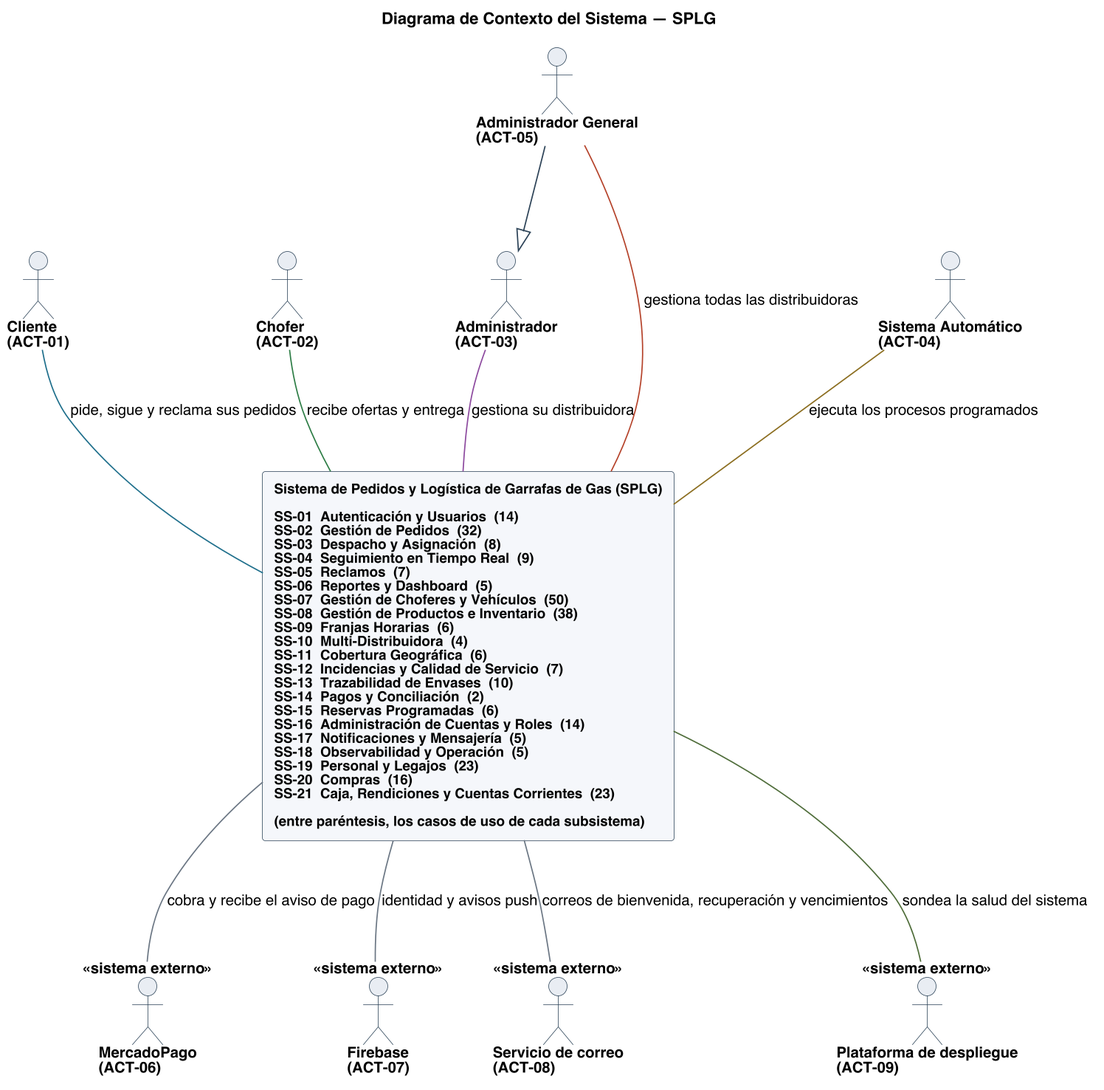
Earlier version of the PlantUML export diagramas/uml/CU_Sistema_Diagrama-De-Contexto.png (Nahuelito-Dev/splg-docs). Source of this version:
```plantuml
@startuml
title Diagrama de Contexto del Sistema — SPLG
skinparam backgroundColor #FFFFFF
skinparam shadowing false
skinparam defaultFontName Helvetica
skinparam defaultFontSize 13
skinparam dpi 150
skinparam ArrowColor #2C4257
skinparam ArrowThickness 1.1
skinparam actor {
  BorderColor #2C4257
  BackgroundColor #E8EDF2
  FontSize 13
  FontStyle bold
}
skinparam usecase {
  BorderColor #2C4257
  BackgroundColor #FFFFFF
  FontSize 12
}
skinparam rectangle {
  BorderColor #6B7683
  FontSize 14
  FontStyle bold
}

skinparam nodesep 14
skinparam ranksep 90
skinparam rectangle {
  BorderColor #2C4257
  FontSize 12
}

actor "Cliente\n(ACT-01)" as A01
actor "Chofer\n(ACT-02)" as A02
actor "Administrador\n(ACT-03)" as A03
actor "Administrador General\n(ACT-05)" as A05
actor "Sistema Automático\n(ACT-04)" as A04
actor "MercadoPago\n(ACT-06)" as A06 <<sistema externo>>
actor "Firebase\n(ACT-07)" as A07 <<sistema externo>>
actor "Servicio de correo\n(ACT-08)" as A08 <<sistema externo>>
actor "Plataforma de despliegue\n(ACT-09)" as A09 <<sistema externo>>

rectangle "**Sistema de Pedidos y Logística de Garrafas de Gas (SPLG)**\n\nSS-01  Autenticación y Usuarios  (14)\nSS-02  Gestión de Pedidos  (32)\nSS-03  Despacho y Asignación  (8)\nSS-04  Seguimiento en Tiempo Real  (9)\nSS-05  Reclamos  (7)\nSS-06  Reportes y Dashboard  (5)\nSS-07  Gestión de Choferes y Vehículos  (50)\nSS-08  Gestión de Productos e Inventario  (38)\nSS-09  Franjas Horarias  (6)\nSS-10  Multi-Distribuidora  (4)\nSS-11  Cobertura Geográfica  (6)\nSS-12  Incidencias y Calidad de Servicio  (7)\nSS-13  Trazabilidad de Envases  (10)\nSS-14  Pagos y Conciliación  (2)\nSS-15  Reservas Programadas  (6)\nSS-16  Administración de Cuentas y Roles  (14)\nSS-17  Notificaciones y Mensajería  (5)\nSS-18  Observabilidad y Operación  (5)\nSS-19  Personal y Legajos  (23)\nSS-20  Compras  (16)\nSS-21  Caja, Rendiciones y Cuentas Corrientes  (23)\n\n(entre paréntesis, los casos de uso de cada subsistema)" as LIMITE #back:F4F7FA;line:2C4257

A01 -[#1F6F8B]down- LIMITE : pide, sigue y reclama sus pedidos
A02 -[#2E7D46]down- LIMITE : recibe ofertas y entrega
A03 -[#8C4A9E]down- LIMITE : gestiona su distribuidora
A05 -[#B4432B]down- LIMITE : gestiona todas las distribuidoras
A04 -[#8A6D1F]down- LIMITE : ejecuta los procesos programados

LIMITE -[#6B7683]down- A06 : cobra y recibe el aviso de pago
LIMITE -[#6B7683]down- A07 : identidad y avisos push
LIMITE -[#6B7683]down- A08 : correos de bienvenida, recuperación y vencimientos
LIMITE -[#4F6D3A]down- A09 : sondea la salud del sistema

A05 -down-|> A03

@enduml
```
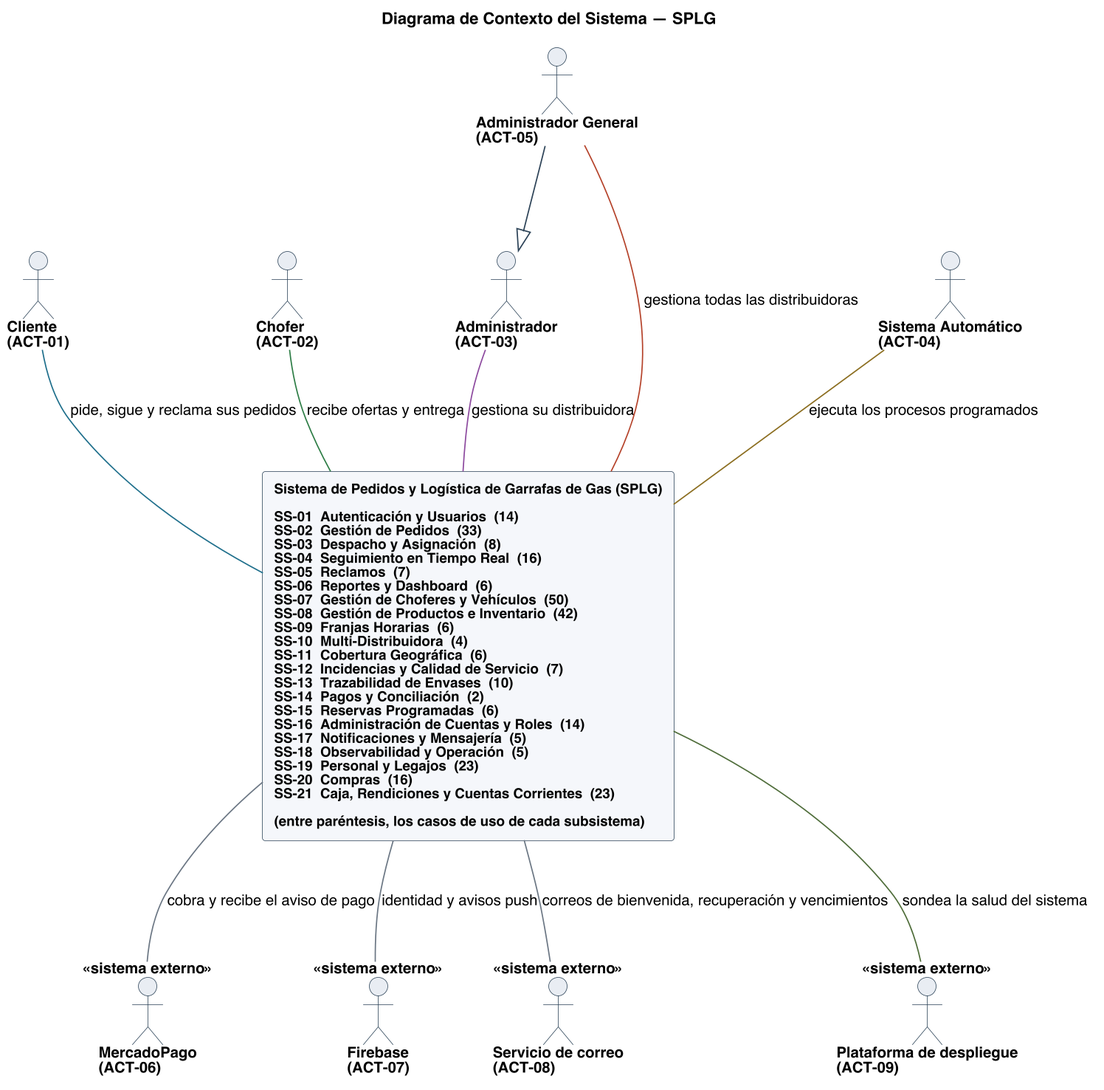
After the commit.

Change to the diagram source:
```diff
@@ -41,7 +41,7 @@
 actor "Servicio de correo\n(ACT-08)" as A08 <<sistema externo>>
 actor "Plataforma de despliegue\n(ACT-09)" as A09 <<sistema externo>>
 
-rectangle "**Sistema de Pedidos y Logística de Garrafas de Gas (SPLG)**\n\nSS-01  Autenticación y Usuarios  (14)\nSS-02  Gestión de Pedidos  (32)\nSS-03  Despacho y Asignación  (8)\nSS-04  Seguimiento en Tiempo Real  (9)\nSS-05  Reclamos  (7)\nSS-06  Reportes y Dashboard  (5)\nSS-07  Gestión de Choferes y Vehículos  (50)\nSS-08  Gestión de Productos e Inventario  (38)\nSS-09  Franjas Horarias  (6)\nSS-10  Multi-Distribuidora  (4)\nSS-11  Cobertura Geográfica  (6)\nSS-12  Incidencias y Calidad de Servicio  (7)\nSS-13  Trazabilidad de Envases  (10)\nSS-14  Pagos y Conciliación  (2)\nSS-15  Reservas Programadas  (6)\nSS-16  Administración de Cuentas y Roles  (14)\nSS-17  Notificaciones y Mensajería  (5)\nSS-18  Observabilidad y Operación  (5)\nSS-19  Personal y Legajos  (23)\nSS-20  Compras  (16)\nSS-21  Caja, Rendiciones y Cuentas Corrientes  (23)\n\n(entre paréntesis, los casos de uso de cada subsistema)" as LIMITE #back:F4F7FA;line:2C4257
+rectangle "**Sistema de Pedidos y Logística de Garrafas de Gas (SPLG)**\n\nSS-01  Autenticación y Usuarios  (14)\nSS-02  Gestión de Pedidos  (33)\nSS-03  Despacho y Asignación  (8)\nSS-04  Seguimiento en Tiempo Real  (16)\nSS-05  Reclamos  (7)\nSS-06  Reportes y Dashboard  (6)\nSS-07  Gestión de Choferes y Vehículos  (50)\nSS-08  Gestión de Productos e Inventario  (42)\nSS-09  Franjas Horarias  (6)\nSS-10  Multi-Distribuidora  (4)\nSS-11  Cobertura Geográfica  (6)\nSS-12  Incidencias y Calidad de Servicio  (7)\nSS-13  Trazabilidad de Envases  (10)\nSS-14  Pagos y Conciliación  (2)\nSS-15  Reservas Programadas  (6)\nSS-16  Administración de Cuentas y Roles  (14)\nSS-17  Notificaciones y Mensajería  (5)\nSS-18  Observabilidad y Operación  (5)\nSS-19  Personal y Legajos  (23)\nSS-20  Compras  (16)\nSS-21  Caja, Rendiciones y Cuentas Corrientes  (23)\n\n(entre paréntesis, los casos de uso de cada subsistema)" as LIMITE #back:F4F7FA;line:2C4257
 
 A01 -[#1F6F8B]down- LIMITE : pide, sigue y reclama sus pedidos
 A02 -[#2E7D46]down- LIMITE : recibe ofertas y entrega
```
